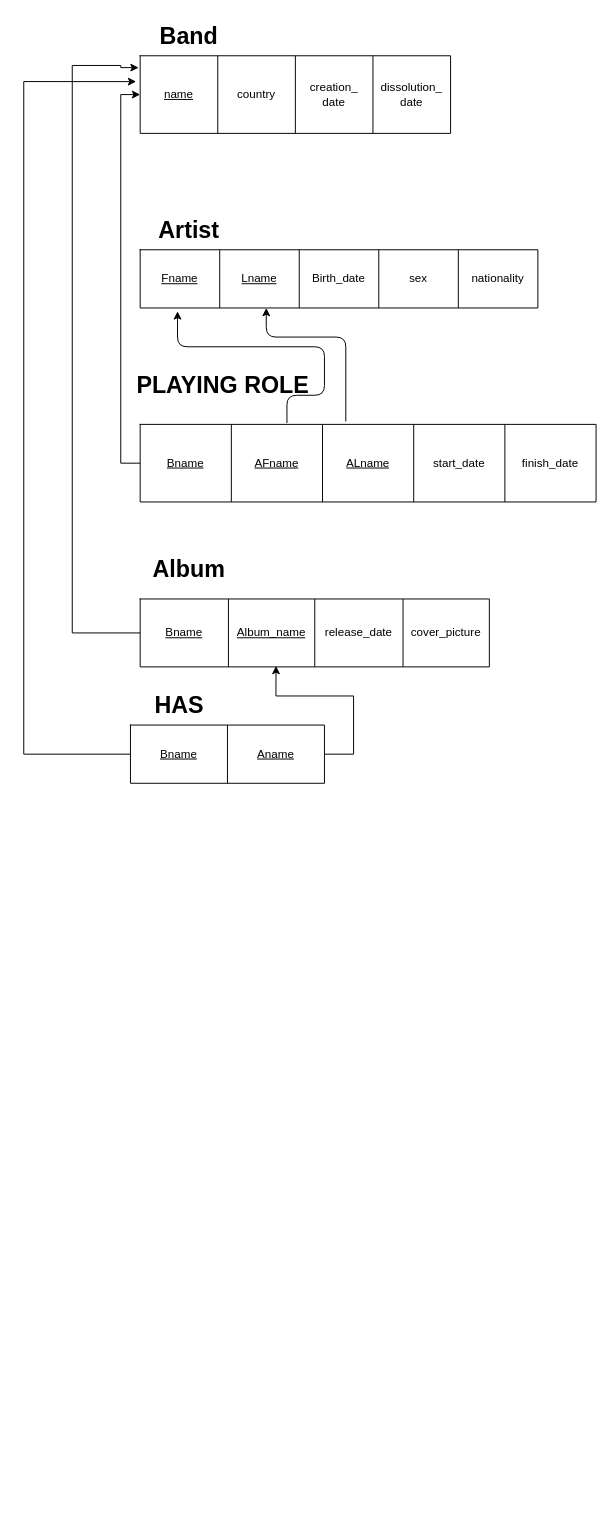
Earlier version of the draw.io diagram Untitled Diagram.drawio (ParnianJR/pjr2). Source tidied: cells renumbered, new cells numbered last; positions are measured from the earlier drawing's top-left corner, leaving out a move shared by most shapes. Both pictures are drawn from the tidied source at 97%, with x=0, y=0 at pixel (23, 16).
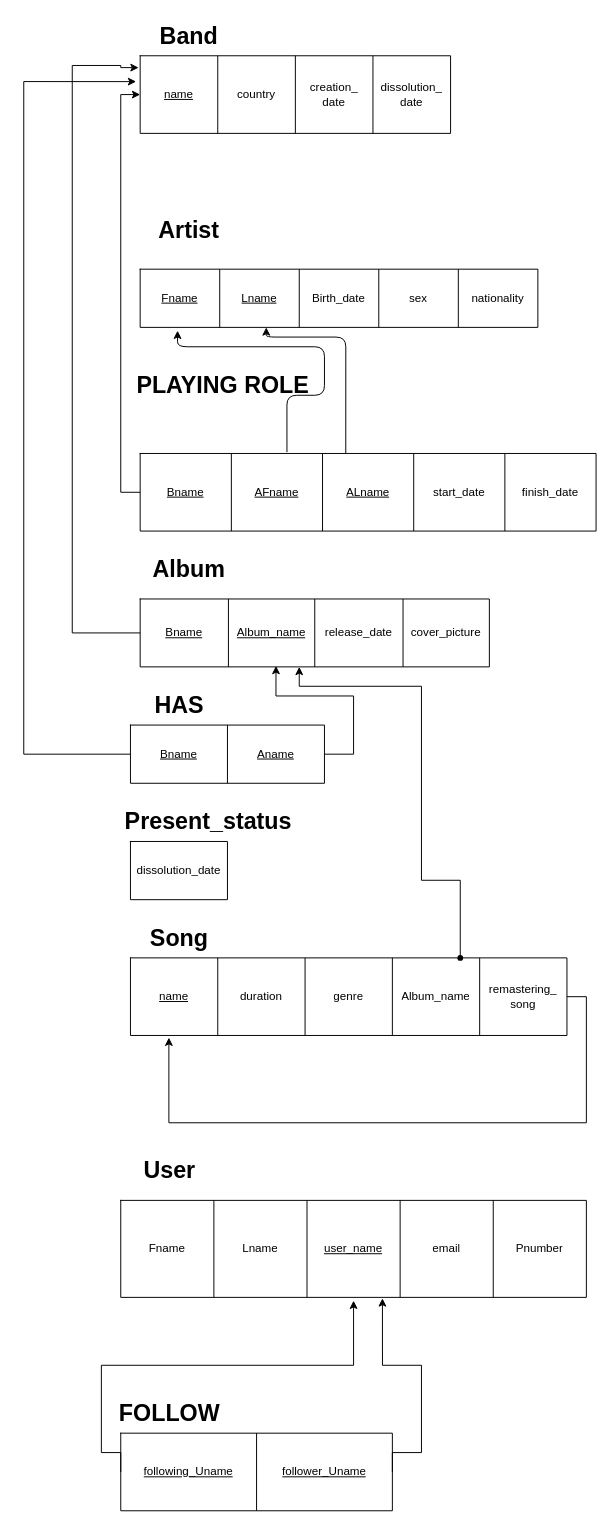
The same diagram, later.

The change refers to these unchanged cells:
```xml
<mxCell id="10" style="shape=partialRectangle;html=1;whiteSpace=wrap;fillColor=none;top=0;left=0;bottom=0;right=0;points=[[0,0.5],[1,0.5]];portConstraint=eastwest;" parent="9" vertex="1">
  <mxGeometry width="410" height="60" as="geometry" />
</mxCell>
<mxCell id="18" style="shape=partialRectangle;html=1;whiteSpace=wrap;fillColor=none;top=0;left=0;bottom=0;right=0;points=[[0,0.5],[1,0.5]];portConstraint=eastwest;" parent="17" vertex="1">
  <mxGeometry width="470" height="80" as="geometry" />
</mxCell>
```

Change to the diagram source:
```diff
@@
     <mxCell id="9" style="shape=table;html=1;whiteSpace=wrap;startSize=0;childLayout=tableLayout;" parent="1" vertex="1">
-      <mxGeometry x="120" y="240" width="410" height="60" as="geometry" />
+      <mxGeometry x="120" y="260" width="410" height="60" as="geometry" />
     </mxCell>
@@
     <mxCell id="17" style="shape=table;html=1;whiteSpace=wrap;startSize=0;childLayout=tableLayout;" parent="1" vertex="1">
-      <mxGeometry x="120" y="420" width="470" height="80" as="geometry" />
+      <mxGeometry x="120" y="450" width="470" height="80" as="geometry" />
     </mxCell>
@@
-    <mxCell id="27" style="edgeStyle=segmentEdgeStyle;endArrow=classic;html=1;" parent="1" edge="1" target="10">
+    <mxCell id="27" style="edgeStyle=segmentEdgeStyle;endArrow=classic;html=1;exitX=0.451;exitY=0;exitDx=0;exitDy=0;exitPerimeter=0;" parent="1" edge="1" source="18" target="10">
       <mxGeometry relative="1" as="geometry">
-        <mxPoint x="332" y="417" as="sourcePoint" />
         <Array as="points">
           <mxPoint x="332" y="330" />
           <mxPoint x="250" y="330" />
         </Array>
       </mxGeometry>
     </mxCell>
@@
+    <mxCell id="43" style="shape=table;html=1;whiteSpace=wrap;startSize=0;childLayout=tableLayout;" parent="1" vertex="1">
+      <mxGeometry x="110" y="850" width="100" height="60" as="geometry" />
+    </mxCell>
+    <mxCell id="44" style="shape=partialRectangle;html=1;whiteSpace=wrap;fillColor=none;top=0;left=0;bottom=0;right=0;" parent="43" vertex="1">
+      <mxGeometry width="100" height="60" as="geometry" />
+    </mxCell>
+    <mxCell id="45" value="dissolution_date" style="shape=partialRectangle;html=1;whiteSpace=wrap;overflow=hidden;fillColor=none;top=0;left=0;bottom=0;right=0;" parent="44" vertex="1">
+      <mxGeometry width="100" height="60" as="geometry" />
+    </mxCell>
+    <mxCell id="46" value="Present_status" style="text;strokeColor=none;fillColor=none;html=1;fontSize=24;fontStyle=1;verticalAlign=middle;align=center;" parent="1" vertex="1">
+      <mxGeometry x="110" y="810" width="160" height="40" as="geometry" />
+    </mxCell>
+    <mxCell id="47" style="shape=table;html=1;whiteSpace=wrap;startSize=0;childLayout=tableLayout;" parent="1" vertex="1">
+      <mxGeometry x="110" y="970" width="450" height="80" as="geometry" />
+    </mxCell>
+    <mxCell id="48" style="shape=partialRectangle;html=1;whiteSpace=wrap;fillColor=none;top=0;left=0;bottom=0;right=0;points=[[0,0.5],[1,0.5]];portConstraint=eastwest;" parent="47" vertex="1">
+      <mxGeometry width="450" height="80" as="geometry" />
+    </mxCell>
+    <mxCell id="49" value="&lt;u&gt;name&lt;/u&gt;" style="shape=partialRectangle;html=1;whiteSpace=wrap;overflow=hidden;fillColor=none;top=0;left=0;bottom=0;right=0;" parent="48" vertex="1">
+      <mxGeometry width="90" height="80" as="geometry" />
+    </mxCell>
+    <mxCell id="50" value="duration" style="shape=partialRectangle;html=1;whiteSpace=wrap;overflow=hidden;fillColor=none;top=0;left=0;bottom=0;right=0;" parent="48" vertex="1">
+      <mxGeometry x="90" width="90" height="80" as="geometry" />
+    </mxCell>
+    <mxCell id="51" value="genre" style="shape=partialRectangle;html=1;whiteSpace=wrap;overflow=hidden;fillColor=none;top=0;left=0;bottom=0;right=0;" parent="48" vertex="1">
+      <mxGeometry x="180" width="90" height="80" as="geometry" />
+    </mxCell>
+    <mxCell id="52" value="Album_name" style="shape=partialRectangle;html=1;whiteSpace=wrap;overflow=hidden;fillColor=none;top=0;left=0;bottom=0;right=0;" parent="48" vertex="1">
+      <mxGeometry x="270" width="90" height="80" as="geometry" />
+    </mxCell>
+    <mxCell id="53" value="remastering_&lt;br&gt;song" style="shape=partialRectangle;html=1;whiteSpace=wrap;overflow=hidden;fillColor=none;top=0;left=0;bottom=0;right=0;" parent="48" vertex="1">
+      <mxGeometry x="360" width="90" height="80" as="geometry" />
+    </mxCell>
+    <mxCell id="54" style="edgeStyle=orthogonalEdgeStyle;rounded=0;orthogonalLoop=1;jettySize=auto;html=1;entryX=0.088;entryY=1.028;entryDx=0;entryDy=0;entryPerimeter=0;" parent="47" edge="1" source="48" target="48">
+      <mxGeometry relative="1" as="geometry">
+        <Array as="points">
+          <mxPoint x="470" y="40" />
+          <mxPoint x="470" y="170" />
+          <mxPoint x="40" y="170" />
+        </Array>
+      </mxGeometry>
+    </mxCell>
+    <mxCell id="55" value="Song" style="text;strokeColor=none;fillColor=none;html=1;fontSize=24;fontStyle=1;verticalAlign=middle;align=center;" parent="1" vertex="1">
+      <mxGeometry x="110" y="930" width="100" height="40" as="geometry" />
+    </mxCell>
+    <mxCell id="56" style="edgeStyle=orthogonalEdgeStyle;rounded=0;jettySize=auto;html=1;" parent="1" edge="1" source="57">
+      <mxGeometry relative="1" as="geometry">
+        <mxPoint x="284" y="670" as="targetPoint" />
+        <Array as="points">
+          <mxPoint x="410" y="890" />
+          <mxPoint x="410" y="690" />
+          <mxPoint x="284" y="690" />
+        </Array>
+      </mxGeometry>
+    </mxCell>
+    <mxCell id="57" style="shape=waypoint;sketch=0;size=6;points=[];fillColor=none;perimeter=centerPerimeter;snapToPoint=1;" parent="1" vertex="1">
+      <mxGeometry x="430" y="950" width="40" height="40" as="geometry" />
+    </mxCell>
+    <mxCell id="58" style="shape=table;html=1;whiteSpace=wrap;startSize=0;childLayout=tableLayout;" parent="1" vertex="1">
+      <mxGeometry x="100" y="1220" width="480" height="100" as="geometry" />
+    </mxCell>
+    <mxCell id="59" style="shape=partialRectangle;html=1;whiteSpace=wrap;fillColor=none;top=0;left=0;bottom=0;right=0;points=[[0,0.5],[1,0.5]];portConstraint=eastwest;" parent="58" vertex="1">
+      <mxGeometry width="480" height="100" as="geometry" />
+    </mxCell>
+    <mxCell id="60" value="Fname" style="shape=partialRectangle;html=1;whiteSpace=wrap;overflow=hidden;fillColor=none;top=0;left=0;bottom=0;right=0;" parent="59" vertex="1">
+      <mxGeometry width="96" height="100" as="geometry" />
+    </mxCell>
+    <mxCell id="61" value="Lname" style="shape=partialRectangle;html=1;whiteSpace=wrap;overflow=hidden;fillColor=none;top=0;left=0;bottom=0;right=0;" parent="59" vertex="1">
+      <mxGeometry x="96" width="96" height="100" as="geometry" />
+    </mxCell>
+    <mxCell id="62" value="&lt;u&gt;user_name&lt;/u&gt;" style="shape=partialRectangle;html=1;whiteSpace=wrap;overflow=hidden;fillColor=none;top=0;left=0;bottom=0;right=0;" parent="59" vertex="1">
+      <mxGeometry x="192" width="96" height="100" as="geometry" />
+    </mxCell>
+    <mxCell id="63" value="email" style="shape=partialRectangle;html=1;whiteSpace=wrap;overflow=hidden;fillColor=none;top=0;left=0;bottom=0;right=0;" parent="59" vertex="1">
+      <mxGeometry x="288" width="96" height="100" as="geometry" />
+    </mxCell>
+    <mxCell id="64" value="Pnumber" style="shape=partialRectangle;html=1;whiteSpace=wrap;overflow=hidden;fillColor=none;top=0;left=0;bottom=0;right=0;" parent="59" vertex="1">
+      <mxGeometry x="384" width="96" height="100" as="geometry" />
+    </mxCell>
+    <mxCell id="65" value="User" style="text;strokeColor=none;fillColor=none;html=1;fontSize=24;fontStyle=1;verticalAlign=middle;align=center;" parent="1" vertex="1">
+      <mxGeometry x="100" y="1169" width="100" height="40" as="geometry" />
+    </mxCell>
+    <mxCell id="66" style="shape=table;html=1;whiteSpace=wrap;startSize=0;childLayout=tableLayout;" parent="1" vertex="1">
+      <mxGeometry x="100" y="1460" width="280" height="80" as="geometry" />
+    </mxCell>
+    <mxCell id="67" style="shape=partialRectangle;html=1;whiteSpace=wrap;fillColor=none;top=0;left=0;bottom=0;right=0;points=[[0,0.5],[1,0.5]];portConstraint=eastwest;" parent="66" vertex="1">
+      <mxGeometry width="280" height="80" as="geometry" />
+    </mxCell>
+    <mxCell id="68" value="&lt;u&gt;following_Uname&lt;/u&gt;" style="shape=partialRectangle;html=1;whiteSpace=wrap;overflow=hidden;fillColor=none;top=0;left=0;bottom=0;right=0;" parent="67" vertex="1">
+      <mxGeometry width="140" height="80" as="geometry" />
+    </mxCell>
+    <mxCell id="69" value="&lt;u&gt;follower_Uname&lt;/u&gt;" style="shape=partialRectangle;html=1;whiteSpace=wrap;overflow=hidden;fillColor=none;top=0;left=0;bottom=0;right=0;" parent="67" vertex="1">
+      <mxGeometry x="140" width="140" height="80" as="geometry" />
+    </mxCell>
+    <mxCell id="70" style="edgeStyle=orthogonalEdgeStyle;rounded=0;jettySize=auto;html=1;exitX=0;exitY=0.5;exitDx=0;exitDy=0;entryX=0.5;entryY=1.034;entryDx=0;entryDy=0;entryPerimeter=0;" parent="1" edge="1" source="67" target="59">
+      <mxGeometry relative="1" as="geometry">
+        <Array as="points">
+          <mxPoint x="80" y="1480" />
+          <mxPoint x="80" y="1390" />
+          <mxPoint x="340" y="1390" />
+        </Array>
+      </mxGeometry>
+    </mxCell>
+    <mxCell id="71" style="edgeStyle=orthogonalEdgeStyle;rounded=0;jettySize=auto;html=1;exitX=1;exitY=0.5;exitDx=0;exitDy=0;entryX=0.562;entryY=1.01;entryDx=0;entryDy=0;entryPerimeter=0;" parent="1" edge="1" source="67" target="59">
+      <mxGeometry relative="1" as="geometry">
+        <Array as="points">
+          <mxPoint x="410" y="1480" />
+          <mxPoint x="410" y="1390" />
+          <mxPoint x="370" y="1390" />
+        </Array>
+      </mxGeometry>
+    </mxCell>
+    <mxCell id="72" value="FOLLOW" style="text;strokeColor=none;fillColor=none;html=1;fontSize=24;fontStyle=1;verticalAlign=middle;align=center;" parent="1" vertex="1">
+      <mxGeometry x="100" y="1420" width="100" height="40" as="geometry" />
+    </mxCell>
```
